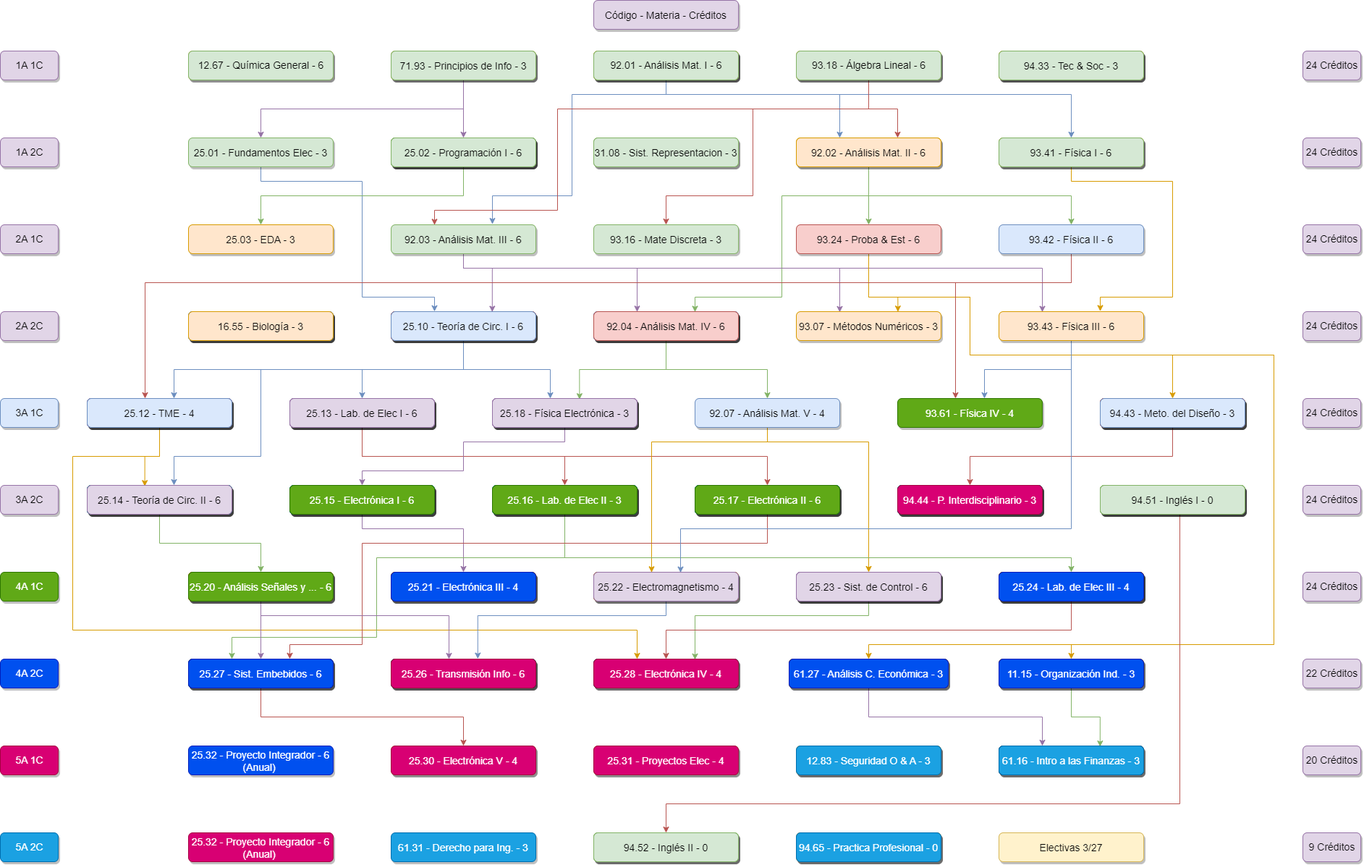
Earlier version of the draw.io export K22.drawio.png (juanipla/K22). Source tidied: cells renumbered, new cells last; positions are measured from the earlier drawing's top-left corner, leaving out a move shared by most shapes.
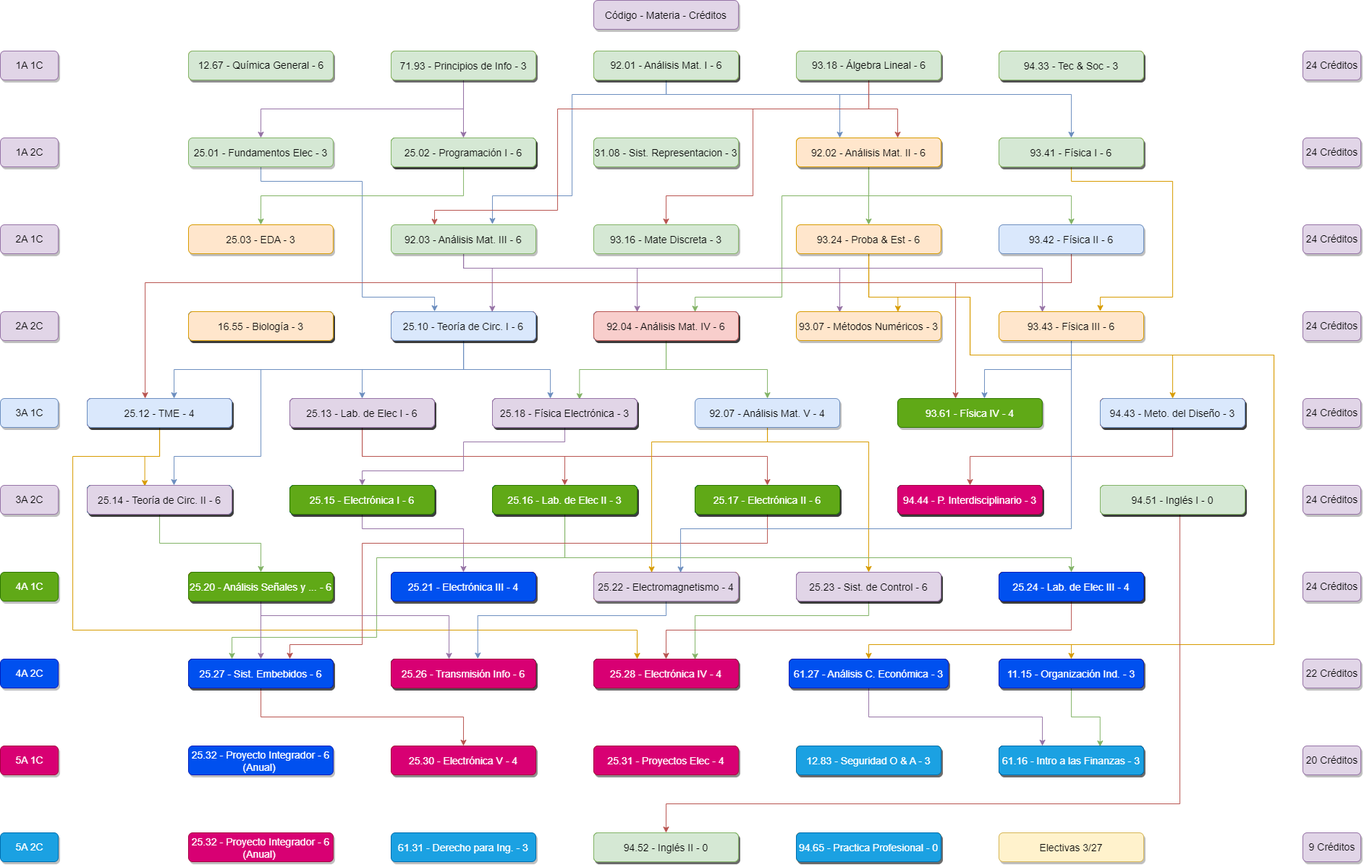
Later version of the same file.

What changed in the source:
```diff
@@ -236,7 +236,7 @@
         </Array>
       </mxGeometry>
     </mxCell>
-    <mxCell id="38" value="93.24 - Proba &amp; Est - 6" style="rounded=1;fillColor=#f8cecc;strokeColor=#b85450;shadow=1;fontStyle=0;fontSize=14;labelBorderColor=none;labelBackgroundColor=none;verticalAlign=middle;" parent="1" vertex="1">
+    <mxCell id="38" value="93.24 - Proba &amp; Est - 6" style="rounded=1;fillColor=#ffe6cc;strokeColor=#d79b00;shadow=1;fontStyle=0;fontSize=14;labelBorderColor=none;labelBackgroundColor=none;verticalAlign=middle;" parent="1" vertex="1">
       <mxGeometry x="1100" y="310" width="200" height="40" as="geometry" />
     </mxCell>
     <mxCell id="39" style="edgeStyle=orthogonalEdgeStyle;rounded=0;jumpStyle=none;jettySize=auto;html=1;entryX=0.398;entryY=-0.001;entryDx=0;entryDy=0;fillColor=#f8cecc;strokeColor=#b85450;entryPerimeter=0;" parent="1" edge="1" source="41" target="54">
```
